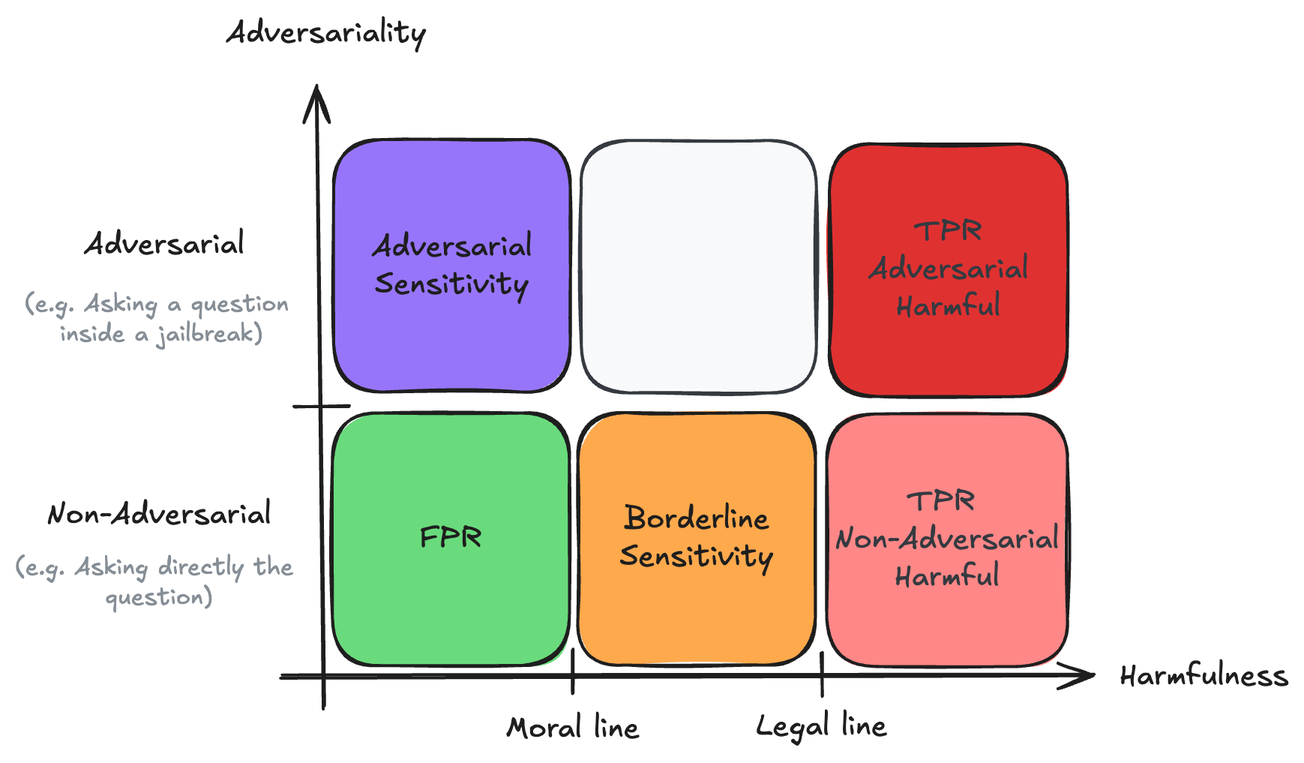
Earlier version of the Excalidraw export images/adv_harm_color_matrix.png (brash6/BELLS_leaderboard_mock_up). Source tidied: one line per element, renumbered; positions are measured from the earlier drawing's top-left corner, leaving out a move shared by most shapes.
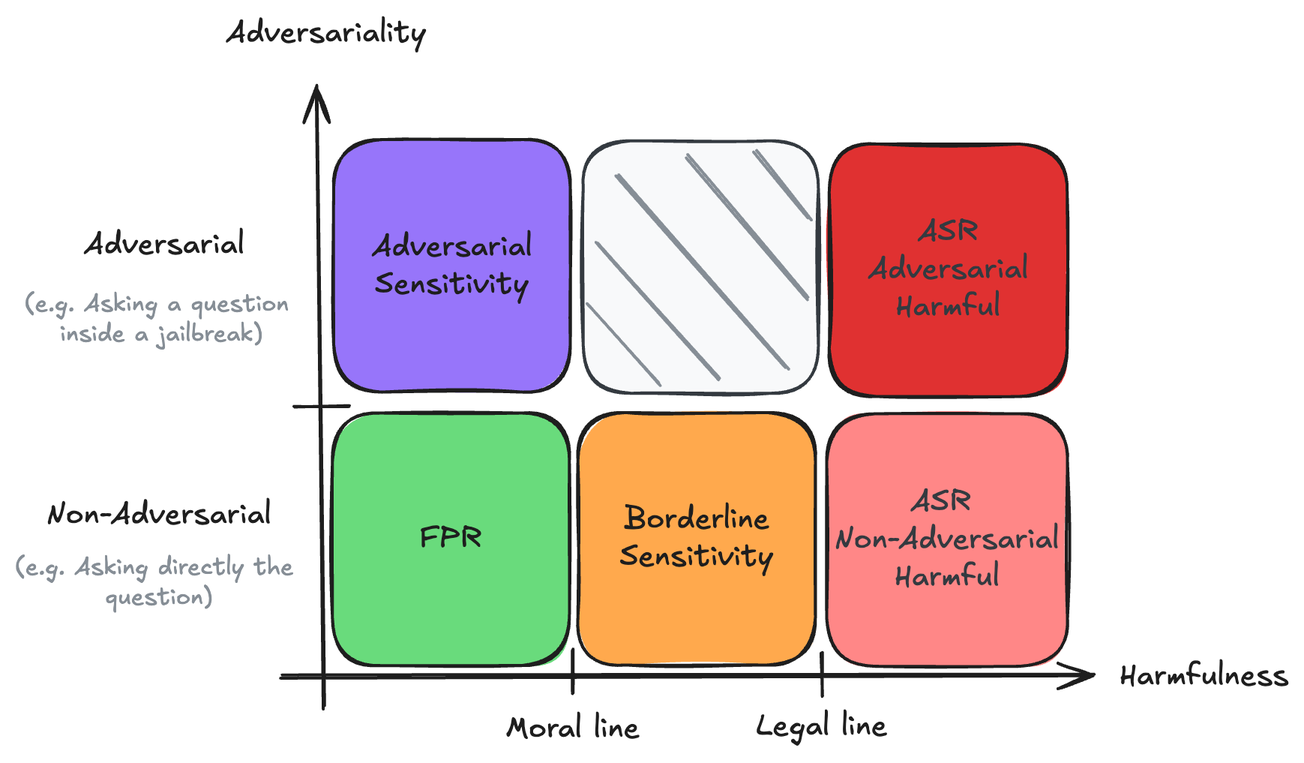
The same diagram one commit later.

Diff of the diagram source:
```diff
@@ -14,11 +14,16 @@
 {"id": 13, "type": "rectangle", "strokeColor": "#1e1e1e", "backgroundColor": "#ffa94d", "fillStyle": "solid", "strokeWidth": 2, "roughness": 1, "round": true, "x": 375, "y": 265, "width": 158, "height": 168}
 {"id": 14, "type": "text", "text": "Borderline\nSensitivity", "strokeColor": "#1e1e1e", "strokeWidth": 2, "roughness": 1, "fontSize": 20, "fontFamily": 5, "textAlign": "center", "verticalAlign": "middle", "inside": 13, "x": 403, "y": 324, "width": 103, "height": 50}
 {"id": 15, "type": "rectangle", "strokeColor": "#1e1e1e", "backgroundColor": "#ff8787", "fillStyle": "solid", "strokeWidth": 2, "roughness": 1, "round": true, "x": 541, "y": 266, "width": 161, "height": 168}
-{"id": 16, "type": "text", "text": "TPR \nNon-Adversarial\nHarmful", "strokeColor": "#343a40", "backgroundColor": "#e9ecef", "fillStyle": "solid", "strokeWidth": 2, "roughness": 1, "fontSize": 20, "fontFamily": 5, "textAlign": "center", "verticalAlign": "middle", "inside": 15, "x": 547, "y": 313, "width": 150, "height": 75}
+{"id": 16, "type": "text", "text": "ASR \nNon-Adversarial\nHarmful", "strokeColor": "#343a40", "backgroundColor": "#e9ecef", "fillStyle": "solid", "strokeWidth": 2, "roughness": 1, "fontSize": 20, "fontFamily": 5, "textAlign": "center", "verticalAlign": "middle", "inside": 15, "x": 547, "y": 312, "width": 150, "height": 75}
 {"id": 17, "type": "rectangle", "strokeColor": "#1e1e1e", "backgroundColor": "#9775fa", "fillStyle": "solid", "strokeWidth": 2, "roughness": 1, "round": true, "x": 212, "y": 83, "width": 158, "height": 168}
 {"id": 18, "type": "text", "text": "Adversarial\nSensitivity", "strokeColor": "#1e1e1e", "strokeWidth": 2, "roughness": 1, "fontSize": 20, "fontFamily": 5, "textAlign": "center", "verticalAlign": "middle", "inside": 17, "x": 238, "y": 142, "width": 107, "height": 50}
-{"id": 19, "type": "rectangle", "strokeColor": "#343a40", "backgroundColor": "#f8f9fa", "fillStyle": "solid", "strokeWidth": 2, "roughness": 1, "round": true, "x": 378, "y": 84, "width": 157, "height": 168}
+{"id": 19, "type": "rectangle", "strokeColor": "#343a40", "backgroundColor": "#f8f9fa", "fillStyle": "solid", "strokeWidth": 2, "roughness": 1, "round": true, "x": 379, "y": 84, "width": 157, "height": 168}
 {"id": 20, "type": "rectangle", "strokeColor": "#1e1e1e", "backgroundColor": "#e03131", "fillStyle": "solid", "strokeWidth": 2, "roughness": 1, "round": true, "x": 543, "y": 86, "width": 159, "height": 168}
-{"id": 21, "type": "text", "text": "TPR\nAdversarial\nHarmful", "strokeColor": "#343a40", "backgroundColor": "#e9ecef", "fillStyle": "solid", "strokeWidth": 2, "roughness": 1, "fontSize": 20, "fontFamily": 5, "textAlign": "center", "verticalAlign": "middle", "inside": 20, "x": 569, "y": 133, "width": 107, "height": 75}
+{"id": 21, "type": "text", "text": "ASR\nAdversarial\nHarmful", "strokeColor": "#343a40", "backgroundColor": "#e9ecef", "fillStyle": "solid", "strokeWidth": 2, "roughness": 1, "fontSize": 20, "fontFamily": 5, "textAlign": "center", "verticalAlign": "middle", "inside": 20, "x": 569, "y": 133, "width": 107, "height": 75}
 {"id": 22, "type": "text", "text": "(e.g. Asking a question \ninside a jailbreak)", "strokeColor": "#868e96", "backgroundColor": "#ffd8a8", "fillStyle": "solid", "strokeWidth": 2, "roughness": 1, "fontSize": 16, "fontFamily": 5, "textAlign": "center", "x": 6, "y": 183, "width": 183, "height": 40}
 {"id": 23, "type": "text", "text": "(e.g. Asking directly the \nquestion)", "strokeColor": "#868e96", "backgroundColor": "#ffd8a8", "fillStyle": "solid", "strokeWidth": 2, "roughness": 1, "fontSize": 16, "fontFamily": 5, "textAlign": "center", "x": 0, "y": 359, "width": 192, "height": 40}
+{"id": 24, "type": "line", "strokeColor": "#868e96", "backgroundColor": "#e03131", "fillStyle": "solid", "strokeWidth": 2, "roughness": 1, "round": true, "x": 382, "y": 194, "width": 48, "height": 53, "points": [[0, 0], [48, 53]]}
+{"id": 25, "type": "line", "strokeColor": "#868e96", "backgroundColor": "#e03131", "fillStyle": "solid", "strokeWidth": 2, "roughness": 1, "round": true, "x": 388, "y": 151, "width": 81, "height": 92, "points": [[0, 0], [81, 92]]}
+{"id": 26, "type": "line", "strokeColor": "#868e96", "backgroundColor": "#e03131", "fillStyle": "solid", "strokeWidth": 2, "roughness": 1, "round": true, "x": 401, "y": 106, "width": 113, "height": 129, "points": [[0, 0], [113, 129]]}
+{"id": 27, "type": "line", "strokeColor": "#868e96", "backgroundColor": "#e03131", "fillStyle": "solid", "strokeWidth": 2, "roughness": 1, "round": true, "x": 447, "y": 94, "width": 80, "height": 94, "points": [[0, 0], [80, 94]]}
+{"id": 28, "type": "line", "strokeColor": "#868e96", "backgroundColor": "#e03131", "fillStyle": "solid", "strokeWidth": 2, "roughness": 1, "round": true, "x": 493, "y": 91, "width": 37, "height": 44, "points": [[0, 0], [37, 44]]}
```
